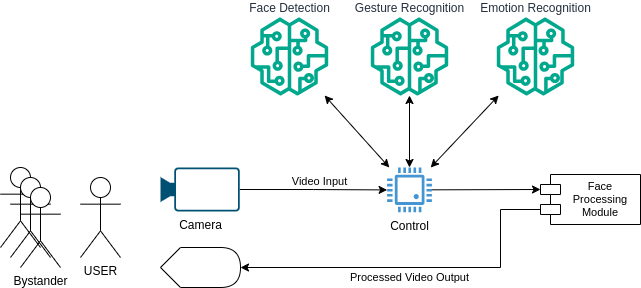
Before: doc/HLD.png, a diagram exported from draw.io (Team-Intel-Edge-AI/OnTheEdge). Source tidied: cells renumbered, new cells last; positions are measured from the earlier drawing's top-left corner, leaving out a move shared by most shapes. The source it was exported from:
```xml
<mxGraphModel background="#ffffff">
  <root>
    <mxCell id="0" />
    <mxCell id="1" parent="0" />
    <mxCell id="2" value="USER" style="shape=umlActor;verticalLabelPosition=bottom;verticalAlign=top;html=1;" parent="1" vertex="1">
      <mxGeometry x="80" y="160" width="40" height="80" as="geometry" />
    </mxCell>
    <mxCell id="3" style="edgeStyle=orthogonalEdgeStyle;rounded=0;jettySize=auto;html=1;exitX=1;exitY=0.5;exitDx=0;exitDy=0;exitPerimeter=0;" parent="1" edge="1" source="5" target="8">
      <mxGeometry relative="1" as="geometry" />
    </mxCell>
    <mxCell id="4" value="Video Input" style="edgeLabel;html=1;align=center;verticalAlign=middle;" parent="3" vertex="1">
      <mxGeometry x="0.22" relative="1" as="geometry">
        <mxPoint x="-10" y="-9" as="offset" />
      </mxGeometry>
    </mxCell>
    <mxCell id="5" value="Camera" style="points=[[0,0.5,0],[0.19,0.02,0],[0.59,0,0],[0.985,0.02,0],[1,0.5,0],[0.985,0.98,0],[0.59,1,0],[0.19,0.98,0]];verticalLabelPosition=bottom;sketch=0;html=1;verticalAlign=top;align=center;shape=mxgraph.cisco19.camera;fillColor=#005073;strokeColor=none;" parent="1" vertex="1">
      <mxGeometry x="160" y="150" width="79.2" height="44" as="geometry" />
    </mxCell>
    <mxCell id="6" value="Face Detection" style="sketch=0;outlineConnect=0;fontColor=#232F3E;gradientColor=none;fillColor=#01A88D;strokeColor=none;dashed=0;verticalLabelPosition=top;verticalAlign=bottom;align=center;html=1;fontSize=12;fontStyle=0;shape=mxgraph.aws4.sagemaker_model;labelPosition=center;" parent="1" vertex="1">
      <mxGeometry x="250" width="78" height="78" as="geometry" />
    </mxCell>
    <mxCell id="7" value="Gesture Recognition" style="sketch=0;outlineConnect=0;fontColor=#232F3E;gradientColor=none;fillColor=#01A88D;strokeColor=none;dashed=0;verticalLabelPosition=top;verticalAlign=bottom;align=center;html=1;fontSize=12;fontStyle=0;shape=mxgraph.aws4.sagemaker_model;labelPosition=center;" parent="1" vertex="1">
      <mxGeometry x="370" width="78" height="78" as="geometry" />
    </mxCell>
    <mxCell id="8" value="Control" style="shadow=0;dashed=0;html=1;strokeColor=none;fillColor=#4495D1;labelPosition=center;verticalLabelPosition=bottom;verticalAlign=top;align=center;outlineConnect=0;shape=mxgraph.veeam.cpu;" parent="1" vertex="1">
      <mxGeometry x="386.6" y="150" width="44.8" height="44.8" as="geometry" />
    </mxCell>
    <mxCell id="9" value="Emotion Recognition" style="sketch=0;outlineConnect=0;fontColor=#232F3E;gradientColor=none;fillColor=#01A88D;strokeColor=none;dashed=0;verticalLabelPosition=top;verticalAlign=bottom;align=center;html=1;fontSize=12;fontStyle=0;shape=mxgraph.aws4.sagemaker_model;labelPosition=center;" parent="1" vertex="1">
      <mxGeometry x="496" width="78" height="78" as="geometry" />
    </mxCell>
    <mxCell id="10" style="shape=umlActor;verticalLabelPosition=bottom;verticalAlign=top;html=1;" parent="1" vertex="1">
      <mxGeometry y="150" width="40" height="80" as="geometry" />
    </mxCell>
    <mxCell id="11" style="shape=umlActor;verticalLabelPosition=bottom;verticalAlign=top;html=1;" parent="1" vertex="1">
      <mxGeometry x="10" y="160" width="40" height="80" as="geometry" />
    </mxCell>
    <mxCell id="12" value="Bystander" style="shape=umlActor;verticalLabelPosition=bottom;verticalAlign=top;html=1;" parent="1" vertex="1">
      <mxGeometry x="20" y="170" width="40" height="80" as="geometry" />
    </mxCell>
    <mxCell id="13" style="endArrow=classic;startArrow=classic;html=1;rounded=0;" parent="1" edge="1" source="8" target="7">
      <mxGeometry relative="1" as="geometry" />
    </mxCell>
    <mxCell id="14" style="endArrow=classic;startArrow=classic;html=1;rounded=0;" parent="1" edge="1" source="8" target="6">
      <mxGeometry relative="1" as="geometry" />
    </mxCell>
    <mxCell id="15" style="endArrow=classic;startArrow=classic;html=1;rounded=0;" parent="1" edge="1" source="8" target="9">
      <mxGeometry relative="1" as="geometry" />
    </mxCell>
    <mxCell id="16" value="Face Processing Module" style="shape=module;align=center;spacingLeft=20;align=center;verticalAlign=middle;whiteSpace=wrap;html=1;labelPosition=center;verticalLabelPosition=middle;fontSize=11;" parent="1" vertex="1">
      <mxGeometry x="540" y="157" width="100" height="50" as="geometry" />
    </mxCell>
    <mxCell id="17" style="endArrow=classic;html=1;rounded=0;entryX=0;entryY=0;entryDx=0;entryDy=15;entryPerimeter=0;" parent="1" edge="1" source="8" target="16">
      <mxGeometry relative="1" as="geometry" />
    </mxCell>
    <mxCell id="18" style="shape=display;whiteSpace=wrap;html=1;" parent="1" vertex="1">
      <mxGeometry x="160" y="230" width="80" height="40" as="geometry" />
    </mxCell>
    <mxCell id="19" style="endArrow=classic;html=1;rounded=0;entryX=1;entryY=0.5;entryDx=0;entryDy=0;entryPerimeter=0;exitX=0;exitY=0;exitDx=0;exitDy=35;exitPerimeter=0;" parent="1" edge="1" source="16" target="18">
      <mxGeometry relative="1" as="geometry">
        <Array as="points">
          <mxPoint x="500" y="192" />
          <mxPoint x="500" y="250" />
        </Array>
      </mxGeometry>
    </mxCell>
    <mxCell id="20" value="Processed Video Output" style="edgeLabel;html=1;align=center;verticalAlign=middle;" parent="19" vertex="1">
      <mxGeometry x="0.06" y="-1" relative="1" as="geometry">
        <mxPoint y="11" as="offset" />
      </mxGeometry>
    </mxCell>
  </root>
</mxGraphModel>
```
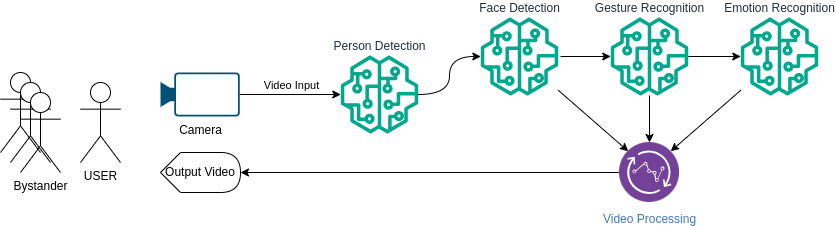
After the commit.

Commit message:
Updated high-level design diagram

The edit, as a diff of the source:
```diff
@@ -5,7 +5,7 @@
     <mxCell id="2" value="USER" style="shape=umlActor;verticalLabelPosition=bottom;verticalAlign=top;html=1;" parent="1" vertex="1">
       <mxGeometry x="80" y="160" width="40" height="80" as="geometry" />
     </mxCell>
-    <mxCell id="3" style="edgeStyle=orthogonalEdgeStyle;rounded=0;jettySize=auto;html=1;exitX=1;exitY=0.5;exitDx=0;exitDy=0;exitPerimeter=0;" parent="1" edge="1" source="5" target="8">
+    <mxCell id="3" style="edgeStyle=orthogonalEdgeStyle;rounded=0;jettySize=auto;html=1;exitX=1;exitY=0.5;exitDx=0;exitDy=0;exitPerimeter=0;" parent="1" edge="1" source="5" target="21">
       <mxGeometry relative="1" as="geometry" />
     </mxCell>
     <mxCell id="4" value="Video Input" style="edgeLabel;html=1;align=center;verticalAlign=middle;" parent="3" vertex="1">
@@ -17,16 +17,13 @@
       <mxGeometry x="160" y="150" width="79.2" height="44" as="geometry" />
     </mxCell>
     <mxCell id="6" value="Face Detection" style="sketch=0;outlineConnect=0;fontColor=#232F3E;gradientColor=none;fillColor=#01A88D;strokeColor=none;dashed=0;verticalLabelPosition=top;verticalAlign=bottom;align=center;html=1;fontSize=12;fontStyle=0;shape=mxgraph.aws4.sagemaker_model;labelPosition=center;" parent="1" vertex="1">
-      <mxGeometry x="250" width="78" height="78" as="geometry" />
+      <mxGeometry x="480" y="95" width="78" height="78" as="geometry" />
     </mxCell>
     <mxCell id="7" value="Gesture Recognition" style="sketch=0;outlineConnect=0;fontColor=#232F3E;gradientColor=none;fillColor=#01A88D;strokeColor=none;dashed=0;verticalLabelPosition=top;verticalAlign=bottom;align=center;html=1;fontSize=12;fontStyle=0;shape=mxgraph.aws4.sagemaker_model;labelPosition=center;" parent="1" vertex="1">
-      <mxGeometry x="370" width="78" height="78" as="geometry" />
+      <mxGeometry x="610" y="95" width="78" height="78" as="geometry" />
     </mxCell>
-    <mxCell id="8" value="Control" style="shadow=0;dashed=0;html=1;strokeColor=none;fillColor=#4495D1;labelPosition=center;verticalLabelPosition=bottom;verticalAlign=top;align=center;outlineConnect=0;shape=mxgraph.veeam.cpu;" parent="1" vertex="1">
-      <mxGeometry x="386.6" y="150" width="44.8" height="44.8" as="geometry" />
-    </mxCell>
     <mxCell id="9" value="Emotion Recognition" style="sketch=0;outlineConnect=0;fontColor=#232F3E;gradientColor=none;fillColor=#01A88D;strokeColor=none;dashed=0;verticalLabelPosition=top;verticalAlign=bottom;align=center;html=1;fontSize=12;fontStyle=0;shape=mxgraph.aws4.sagemaker_model;labelPosition=center;" parent="1" vertex="1">
-      <mxGeometry x="496" width="78" height="78" as="geometry" />
+      <mxGeometry x="740" y="95" width="78" height="78" as="geometry" />
     </mxCell>
     <mxCell id="10" style="shape=umlActor;verticalLabelPosition=bottom;verticalAlign=top;html=1;" parent="1" vertex="1">
       <mxGeometry y="150" width="40" height="80" as="geometry" />
@@ -37,36 +34,35 @@
     <mxCell id="12" value="Bystander" style="shape=umlActor;verticalLabelPosition=bottom;verticalAlign=top;html=1;" parent="1" vertex="1">
       <mxGeometry x="20" y="170" width="40" height="80" as="geometry" />
     </mxCell>
-    <mxCell id="13" style="endArrow=classic;startArrow=classic;html=1;rounded=0;" parent="1" edge="1" source="8" target="7">
-      <mxGeometry relative="1" as="geometry" />
-    </mxCell>
-    <mxCell id="14" style="endArrow=classic;startArrow=classic;html=1;rounded=0;" parent="1" edge="1" source="8" target="6">
-      <mxGeometry relative="1" as="geometry" />
-    </mxCell>
-    <mxCell id="15" style="endArrow=classic;startArrow=classic;html=1;rounded=0;" parent="1" edge="1" source="8" target="9">
-      <mxGeometry relative="1" as="geometry" />
-    </mxCell>
-    <mxCell id="16" value="Face Processing Module" style="shape=module;align=center;spacingLeft=20;align=center;verticalAlign=middle;whiteSpace=wrap;html=1;labelPosition=center;verticalLabelPosition=middle;fontSize=11;" parent="1" vertex="1">
-      <mxGeometry x="540" y="157" width="100" height="50" as="geometry" />
-    </mxCell>
-    <mxCell id="17" style="endArrow=classic;html=1;rounded=0;entryX=0;entryY=0;entryDx=0;entryDy=15;entryPerimeter=0;" parent="1" edge="1" source="8" target="16">
-      <mxGeometry relative="1" as="geometry" />
-    </mxCell>
-    <mxCell id="18" style="shape=display;whiteSpace=wrap;html=1;" parent="1" vertex="1">
+    <mxCell id="18" value="Output Video" style="shape=display;whiteSpace=wrap;html=1;" parent="1" vertex="1">
       <mxGeometry x="160" y="230" width="80" height="40" as="geometry" />
     </mxCell>
-    <mxCell id="19" style="endArrow=classic;html=1;rounded=0;entryX=1;entryY=0.5;entryDx=0;entryDy=0;entryPerimeter=0;exitX=0;exitY=0;exitDx=0;exitDy=35;exitPerimeter=0;" parent="1" edge="1" source="16" target="18">
-      <mxGeometry relative="1" as="geometry">
-        <Array as="points">
-          <mxPoint x="500" y="192" />
-          <mxPoint x="500" y="250" />
-        </Array>
-      </mxGeometry>
-    </mxCell>
-    <mxCell id="20" value="Processed Video Output" style="edgeLabel;html=1;align=center;verticalAlign=middle;" parent="19" vertex="1">
-      <mxGeometry x="0.06" y="-1" relative="1" as="geometry">
-        <mxPoint y="11" as="offset" />
-      </mxGeometry>
-    </mxCell>
+    <mxCell id="21" value="Person Detection" style="sketch=0;outlineConnect=0;fontColor=#232F3E;gradientColor=none;fillColor=#01A88D;strokeColor=none;dashed=0;verticalLabelPosition=top;verticalAlign=bottom;align=center;html=1;fontSize=12;fontStyle=0;shape=mxgraph.aws4.sagemaker_model;labelPosition=center;" parent="1" vertex="1">
+      <mxGeometry x="340" y="133" width="78" height="78" as="geometry" />
+    </mxCell>
+    <mxCell id="22" style="endArrow=classic;html=1;rounded=0;edgeStyle=orthogonalEdgeStyle;curved=1;" parent="1" edge="1" source="21" target="6">
+      <mxGeometry relative="1" as="geometry" />
+    </mxCell>
+    <mxCell id="23" style="endArrow=classic;html=1;rounded=0;exitX=1.03;exitY=0.5;exitDx=0;exitDy=0;exitPerimeter=0;" parent="1" edge="1" source="6" target="7">
+      <mxGeometry relative="1" as="geometry" />
+    </mxCell>
+    <mxCell id="24" style="endArrow=classic;html=1;rounded=0;" parent="1" edge="1" source="7" target="9">
+      <mxGeometry relative="1" as="geometry" />
+    </mxCell>
+    <mxCell id="25" style="endArrow=classic;html=1;rounded=0;entryX=1;entryY=0.5;entryDx=0;entryDy=0;entryPerimeter=0;exitX=0;exitY=0.5;exitDx=0;exitDy=0;" parent="1" edge="1" source="26" target="18">
+      <mxGeometry relative="1" as="geometry" />
+    </mxCell>
+    <mxCell id="26" value="Video Processing" style="image;perimeter=ellipsePerimeter;html=1;align=center;shadow=0;dashed=0;fontColor=#4277BB;labelBackgroundColor=default;fontSize=12;spacingTop=3;image=img/lib/ibm/analytics/streaming_computing.svg;" parent="1" vertex="1">
+      <mxGeometry x="619" y="220" width="60" height="60" as="geometry" />
+    </mxCell>
+    <mxCell id="27" style="endArrow=classic;html=1;rounded=0;entryX=0;entryY=0;entryDx=0;entryDy=0;" parent="1" edge="1" source="6" target="26">
+      <mxGeometry relative="1" as="geometry" />
+    </mxCell>
+    <mxCell id="28" style="endArrow=classic;html=1;rounded=0;entryX=1;entryY=0;entryDx=0;entryDy=0;" parent="1" edge="1" source="9" target="26">
+      <mxGeometry relative="1" as="geometry" />
+    </mxCell>
+    <mxCell id="29" style="endArrow=classic;html=1;rounded=0;entryX=0.5;entryY=0;entryDx=0;entryDy=0;" parent="1" edge="1" source="7" target="26">
+      <mxGeometry relative="1" as="geometry" />
+    </mxCell>
   </root>
 </mxGraphModel>
```
